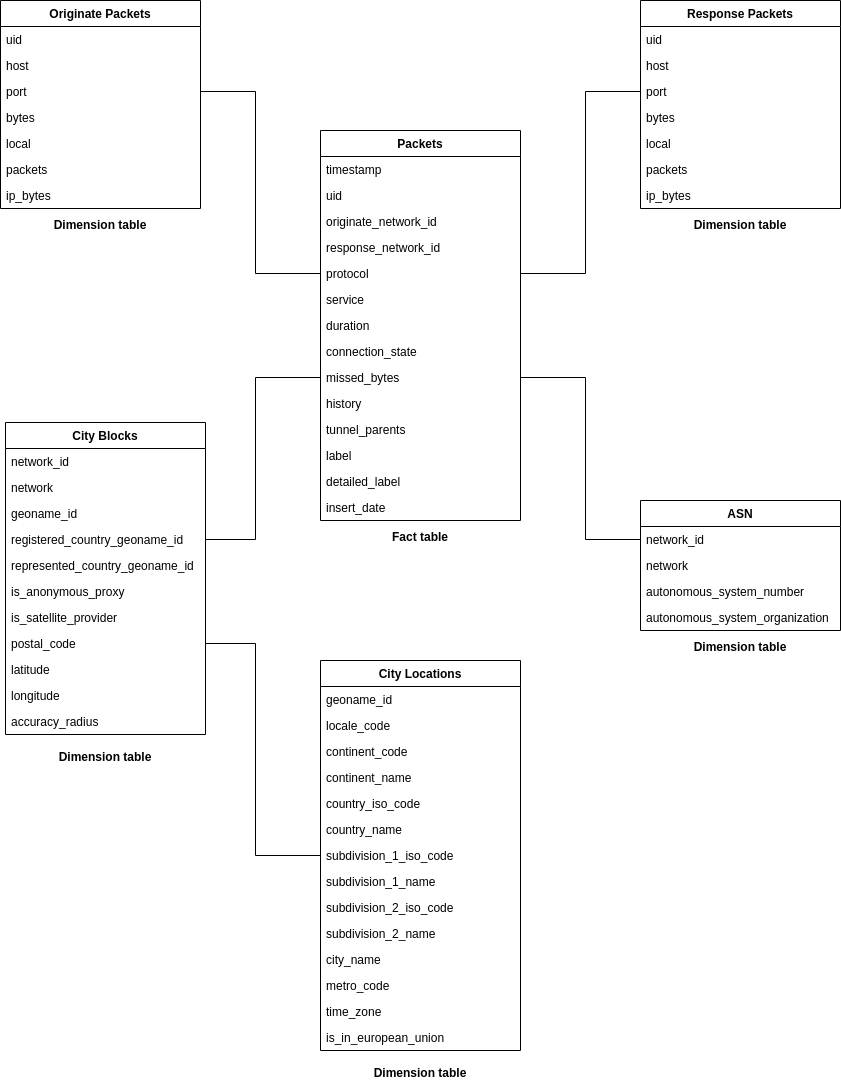
Above: assets/imgs/data-model.png in FredrikBakken/udacity_data-engineering (draw.io), before the change. Source tidied: cells renumbered, new cells last; positions are measured from the earlier drawing's top-left corner, leaving out a move shared by most shapes.
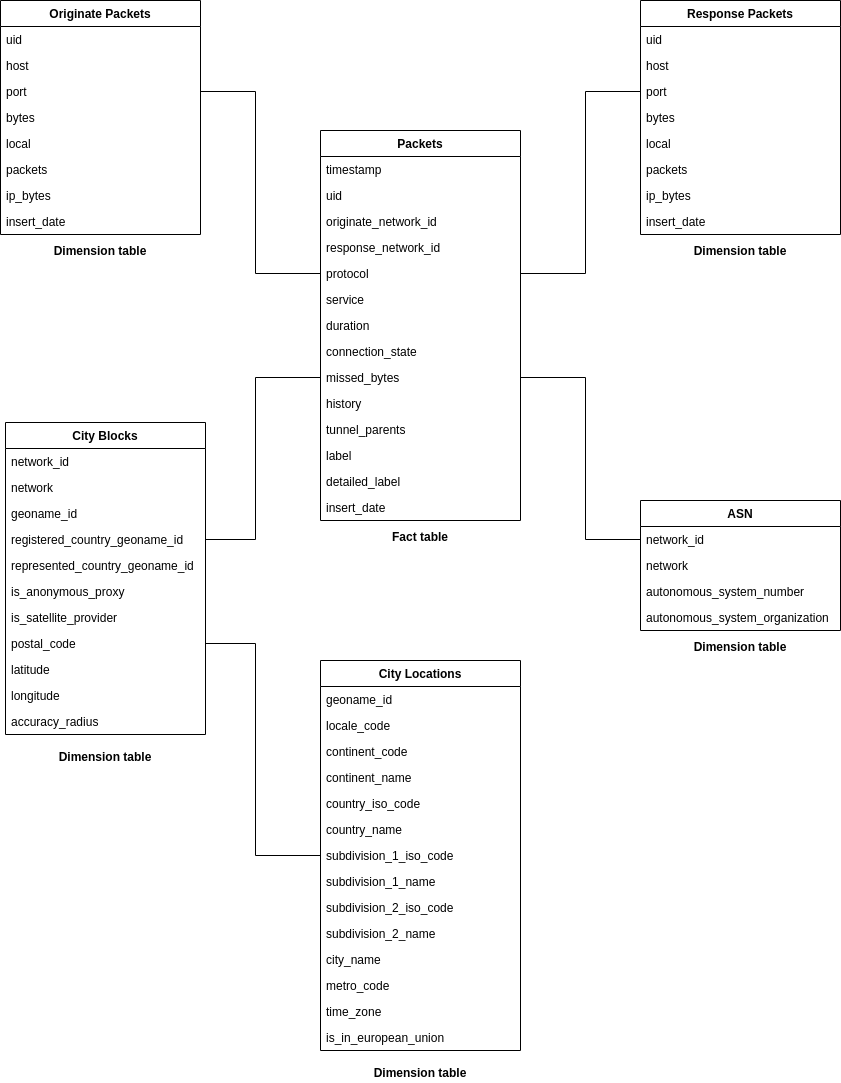
Later version of the same file.

Commit message:
Documentation updated according to feedback.

Diff of the diagram source:
```diff
@@ -6,7 +6,7 @@
       <mxGeometry x="640" width="200" height="214" as="geometry" />
     </mxCell>
     <mxCell id="3" value="Response Packets" style="swimlane;fontStyle=1;horizontal=1;startSize=26;fillColor=none;" parent="2" vertex="1">
-      <mxGeometry width="200" height="208" as="geometry" />
+      <mxGeometry width="200" height="234" as="geometry" />
     </mxCell>
     <mxCell id="4" value="uid" style="text;strokeColor=none;fillColor=none;align=left;verticalAlign=top;spacingLeft=4;spacingRight=4;overflow=hidden;" parent="3" vertex="1">
       <mxGeometry y="26" width="200" height="26" as="geometry" />
@@ -29,11 +29,14 @@
     <mxCell id="10" value="ip_bytes" style="text;strokeColor=none;fillColor=none;align=left;verticalAlign=top;spacingLeft=4;spacingRight=4;overflow=hidden;" parent="3" vertex="1">
       <mxGeometry y="182" width="200" height="26" as="geometry" />
     </mxCell>
+    <mxCell id="82" value="insert_date" style="text;strokeColor=none;fillColor=none;align=left;verticalAlign=top;spacingLeft=4;spacingRight=4;overflow=hidden;" parent="3" vertex="1">
+      <mxGeometry y="208" width="200" height="26" as="geometry" />
+    </mxCell>
     <mxCell id="11" style="group;" parent="1" vertex="1">
       <mxGeometry width="200" height="214" as="geometry" />
     </mxCell>
     <mxCell id="12" value="Originate Packets" style="swimlane;fontStyle=1;horizontal=1;startSize=26;fillColor=none;" parent="11" vertex="1">
-      <mxGeometry width="200" height="208" as="geometry" />
+      <mxGeometry width="200" height="234" as="geometry" />
     </mxCell>
     <mxCell id="13" value="uid" style="text;strokeColor=none;fillColor=none;align=left;verticalAlign=top;spacingLeft=4;spacingRight=4;overflow=hidden;" parent="12" vertex="1">
       <mxGeometry y="26" width="200" height="26" as="geometry" />
@@ -56,6 +59,9 @@
     <mxCell id="19" value="ip_bytes" style="text;strokeColor=none;fillColor=none;align=left;verticalAlign=top;spacingLeft=4;spacingRight=4;overflow=hidden;" parent="12" vertex="1">
       <mxGeometry y="182" width="200" height="26" as="geometry" />
     </mxCell>
+    <mxCell id="83" value="insert_date" style="text;strokeColor=none;fillColor=none;align=left;verticalAlign=top;spacingLeft=4;spacingRight=4;overflow=hidden;" parent="12" vertex="1">
+      <mxGeometry y="208" width="200" height="26" as="geometry" />
+    </mxCell>
     <mxCell id="20" style="group;" parent="1" vertex="1">
       <mxGeometry x="320" y="130" width="200" height="450" as="geometry" />
     </mxCell>
@@ -264,10 +270,10 @@
       <mxGeometry x="5" y="746" width="200" height="20" as="geometry" />
     </mxCell>
     <mxCell id="80" value="Dimension table" style="text;html=1;strokeColor=none;fillColor=none;align=center;verticalAlign=middle;whiteSpace=wrap;rounded=0;fontStyle=1;" parent="1" vertex="1">
-      <mxGeometry y="214" width="200" height="20" as="geometry" />
+      <mxGeometry y="240" width="200" height="20" as="geometry" />
     </mxCell>
     <mxCell id="81" value="Dimension table" style="text;html=1;strokeColor=none;fillColor=none;align=center;verticalAlign=middle;whiteSpace=wrap;rounded=0;fontStyle=1;" parent="1" vertex="1">
-      <mxGeometry x="640" y="214" width="200" height="20" as="geometry" />
+      <mxGeometry x="640" y="240" width="200" height="20" as="geometry" />
     </mxCell>
   </root>
 </mxGraphModel>
```
